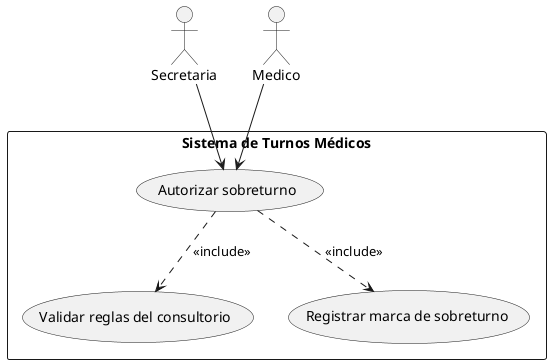
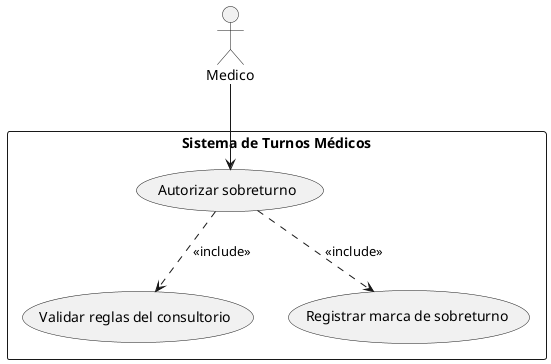
@startuml

- actor Secretaria
actor Medico

rectangle "Sistema de Turnos Médicos" {
  usecase "Autorizar sobreturno" as UC1
  usecase "Validar reglas del consultorio" as UC2
  usecase "Registrar marca de sobreturno" as UC3

  (UC1) ..> (UC2) : <<include>>
  (UC1) ..> (UC3) : <<include>>
}
- 
- Secretaria --> UC1
Medico --> UC1

@enduml